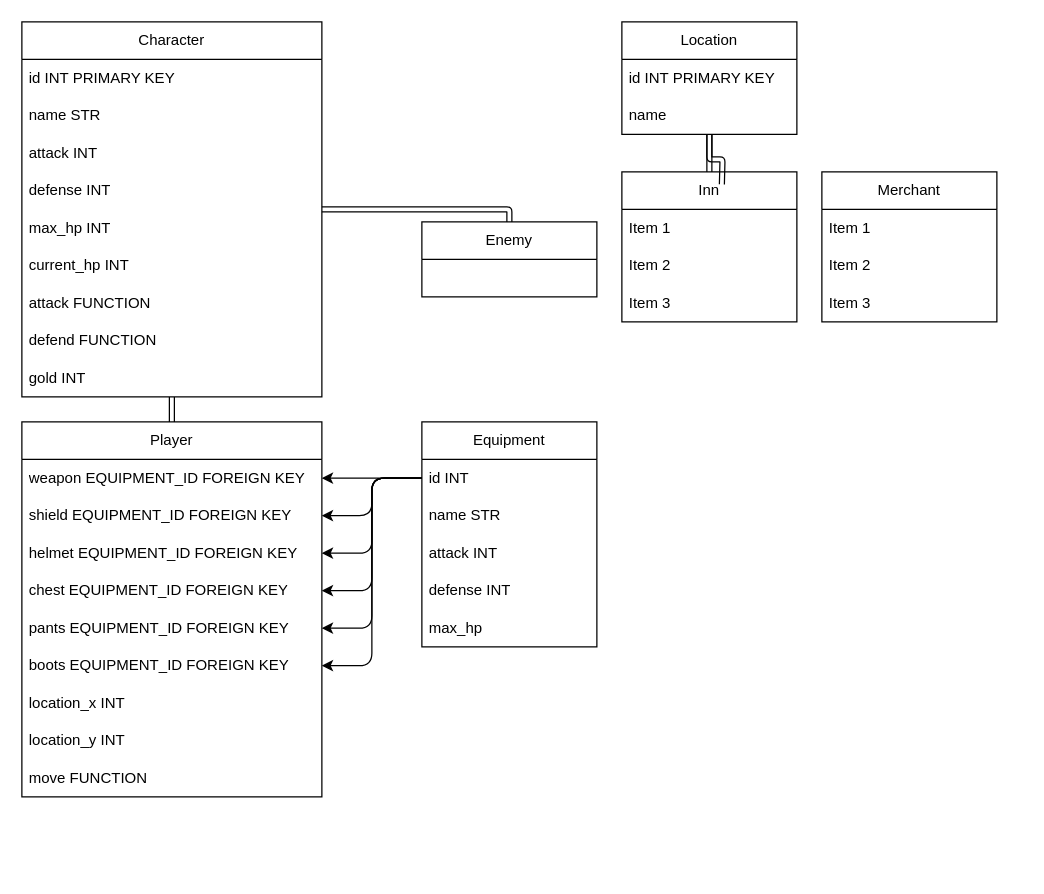
Above: relationships.drawio in jeongjj29/Adventures_of_the_Lone_Warrior (draw.io), before the change. Source tidied: cells renumbered, new cells numbered last; positions are measured from the earlier drawing's top-left corner, leaving out a move shared by most shapes. Both pictures are drawn from the tidied source at 125%, with x=0, y=0 at pixel (21, 21).
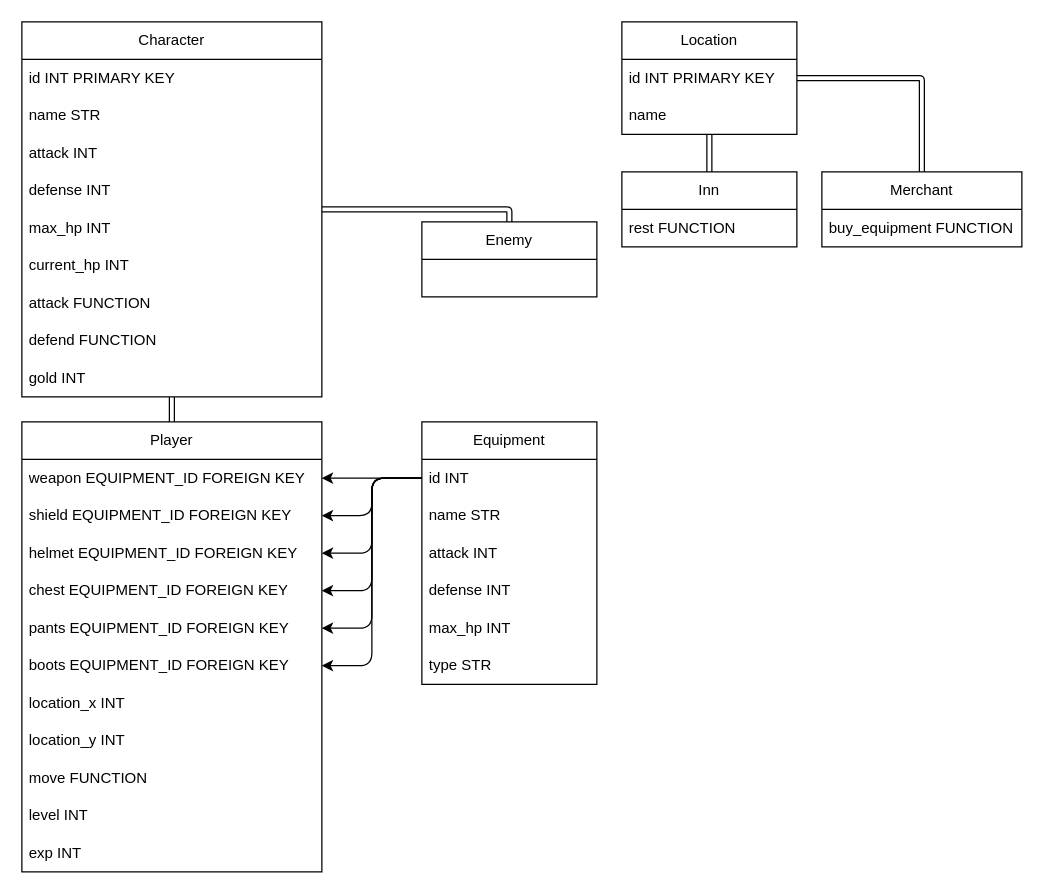
After the change.

The change refers to these unchanged cells:
```xml
<mxCell id="37" value="Location" style="swimlane;fontStyle=0;horizontal=1;startSize=30;whiteSpace=wrap;html=1;" parent="1" vertex="1">
  <mxGeometry x="480" width="140" height="90" as="geometry" />
</mxCell>
```

What changed in the source:
```diff
@@
     <mxCell id="12" value="Player" style="swimlane;fontStyle=0;horizontal=1;startSize=30;whiteSpace=wrap;html=1;" parent="1" vertex="1">
-      <mxGeometry y="320" width="240" height="300" as="geometry" />
+      <mxGeometry y="320" width="240" height="360" as="geometry" />
     </mxCell>
@@
+    <mxCell id="50" value="level INT" style="text;strokeColor=none;fillColor=none;align=left;verticalAlign=middle;spacingLeft=4;spacingRight=4;overflow=hidden;whiteSpace=wrap;html=1;" parent="12" vertex="1">
+      <mxGeometry y="300" width="240" height="30" as="geometry" />
+    </mxCell>
+    <mxCell id="51" value="exp INT" style="text;strokeColor=none;fillColor=none;align=left;verticalAlign=middle;spacingLeft=4;spacingRight=4;overflow=hidden;whiteSpace=wrap;html=1;" parent="12" vertex="1">
+      <mxGeometry y="330" width="240" height="30" as="geometry" />
+    </mxCell>
@@
     <mxCell id="25" value="Equipment" style="swimlane;fontStyle=0;horizontal=1;startSize=30;whiteSpace=wrap;html=1;" parent="1" vertex="1">
-      <mxGeometry x="320" y="320" width="140" height="180" as="geometry" />
+      <mxGeometry x="320" y="320" width="140" height="210" as="geometry" />
     </mxCell>
@@
-    <mxCell id="30" value="max_hp" style="text;strokeColor=none;fillColor=none;align=left;verticalAlign=middle;spacingLeft=4;spacingRight=4;overflow=hidden;whiteSpace=wrap;html=1;" parent="25" vertex="1">
+    <mxCell id="30" value="max_hp INT" style="text;strokeColor=none;fillColor=none;align=left;verticalAlign=middle;spacingLeft=4;spacingRight=4;overflow=hidden;whiteSpace=wrap;html=1;" parent="25" vertex="1">
       <mxGeometry y="150" width="140" height="30" as="geometry" />
     </mxCell>
+    <mxCell id="52" value="type STR" style="text;strokeColor=none;fillColor=none;align=left;verticalAlign=middle;spacingLeft=4;spacingRight=4;overflow=hidden;whiteSpace=wrap;html=1;" parent="25" vertex="1">
+      <mxGeometry y="180" width="140" height="30" as="geometry" />
+    </mxCell>
@@
     <mxCell id="40" value="Inn" style="swimlane;fontStyle=0;horizontal=1;startSize=30;whiteSpace=wrap;html=1;" parent="1" vertex="1">
-      <mxGeometry x="480" y="120" width="140" height="120" as="geometry" />
+      <mxGeometry x="480" y="120" width="140" height="60" as="geometry" />
     </mxCell>
-    <mxCell id="41" value="Item 1" style="text;strokeColor=none;fillColor=none;align=left;verticalAlign=middle;spacingLeft=4;spacingRight=4;overflow=hidden;whiteSpace=wrap;html=1;" parent="40" vertex="1">
+    <mxCell id="41" value="rest FUNCTION" style="text;strokeColor=none;fillColor=none;align=left;verticalAlign=middle;spacingLeft=4;spacingRight=4;overflow=hidden;whiteSpace=wrap;html=1;" parent="40" vertex="1">
       <mxGeometry y="30" width="140" height="30" as="geometry" />
     </mxCell>
-    <mxCell id="42" value="Item 2" style="text;strokeColor=none;fillColor=none;align=left;verticalAlign=middle;spacingLeft=4;spacingRight=4;overflow=hidden;whiteSpace=wrap;html=1;" parent="40" vertex="1">
-      <mxGeometry y="60" width="140" height="30" as="geometry" />
-    </mxCell>
-    <mxCell id="43" value="Item 3" style="text;strokeColor=none;fillColor=none;align=left;verticalAlign=middle;spacingLeft=4;spacingRight=4;overflow=hidden;whiteSpace=wrap;html=1;" parent="40" vertex="1">
-      <mxGeometry y="90" width="140" height="30" as="geometry" />
-    </mxCell>
     <mxCell id="44" value="Merchant" style="swimlane;fontStyle=0;horizontal=1;startSize=30;whiteSpace=wrap;html=1;" parent="1" vertex="1">
-      <mxGeometry x="640" y="120" width="140" height="120" as="geometry" />
+      <mxGeometry x="640" y="120" width="160" height="60" as="geometry" />
     </mxCell>
-    <mxCell id="45" value="Item 1" style="text;strokeColor=none;fillColor=none;align=left;verticalAlign=middle;spacingLeft=4;spacingRight=4;overflow=hidden;whiteSpace=wrap;html=1;" parent="44" vertex="1">
-      <mxGeometry y="30" width="140" height="30" as="geometry" />
+    <mxCell id="45" value="buy_equipment FUNCTION" style="text;strokeColor=none;fillColor=none;align=left;verticalAlign=middle;spacingLeft=4;spacingRight=4;overflow=hidden;whiteSpace=wrap;html=1;" parent="44" vertex="1">
+      <mxGeometry y="30" width="160" height="30" as="geometry" />
     </mxCell>
-    <mxCell id="46" value="Item 2" style="text;strokeColor=none;fillColor=none;align=left;verticalAlign=middle;spacingLeft=4;spacingRight=4;overflow=hidden;whiteSpace=wrap;html=1;" parent="44" vertex="1">
-      <mxGeometry y="60" width="140" height="30" as="geometry" />
-    </mxCell>
-    <mxCell id="47" value="Item 3" style="text;strokeColor=none;fillColor=none;align=left;verticalAlign=middle;spacingLeft=4;spacingRight=4;overflow=hidden;whiteSpace=wrap;html=1;" parent="44" vertex="1">
-      <mxGeometry y="90" width="140" height="30" as="geometry" />
-    </mxCell>
@@
-    <mxCell id="49" style="shape=link;html=1;edgeStyle=orthogonalEdgeStyle;" parent="1" edge="1" source="37">
-      <mxGeometry relative="1" as="geometry">
-        <mxPoint x="560" y="130" as="targetPoint" />
-      </mxGeometry>
-    </mxCell>
+    <mxCell id="53" style="shape=link;html=1;entryX=0.5;entryY=0;entryDx=0;entryDy=0;edgeStyle=orthogonalEdgeStyle;" parent="1" edge="1" source="37" target="44">
+      <mxGeometry relative="1" as="geometry" />
+    </mxCell>
```
